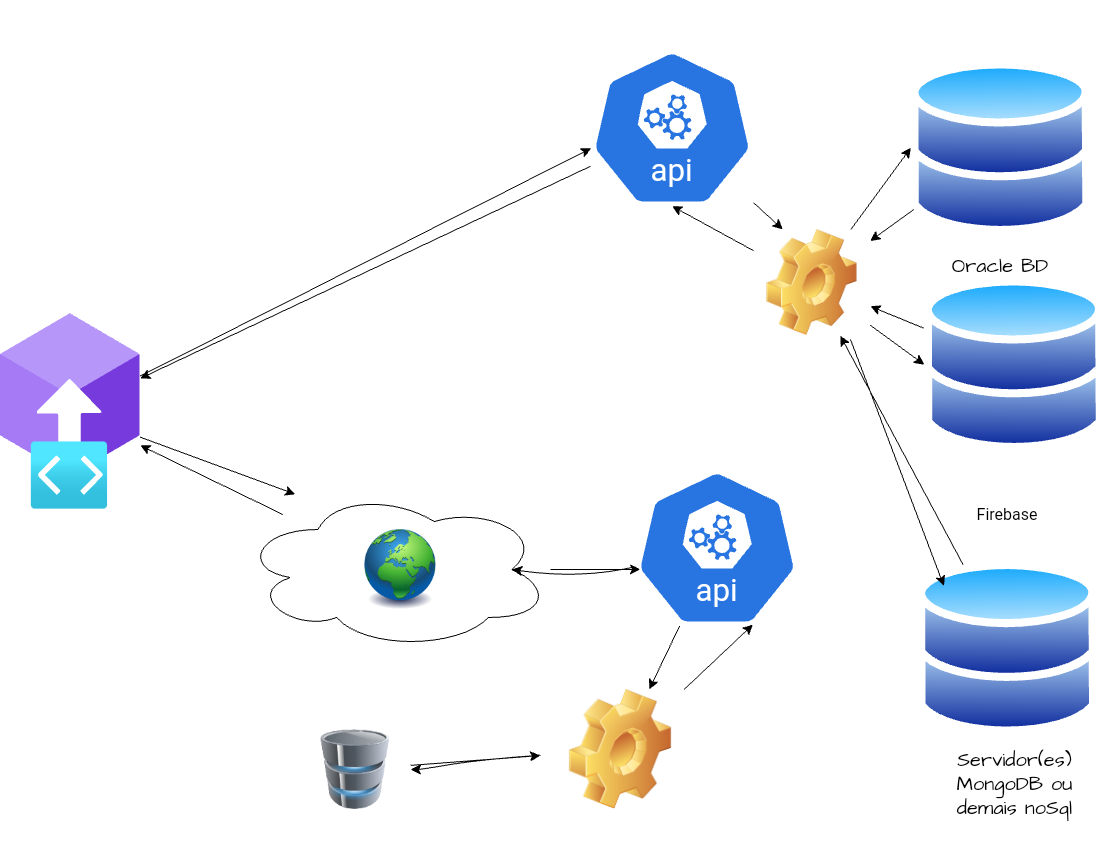
This is FrontEndConsumo.drawio.png from cedriccp/MAGNO, a draw.io export, as it was before one commit. Source tidied: cells renumbered, new cells last; positions are measured from the earlier drawing's top-left corner, leaving out a move shared by most shapes.
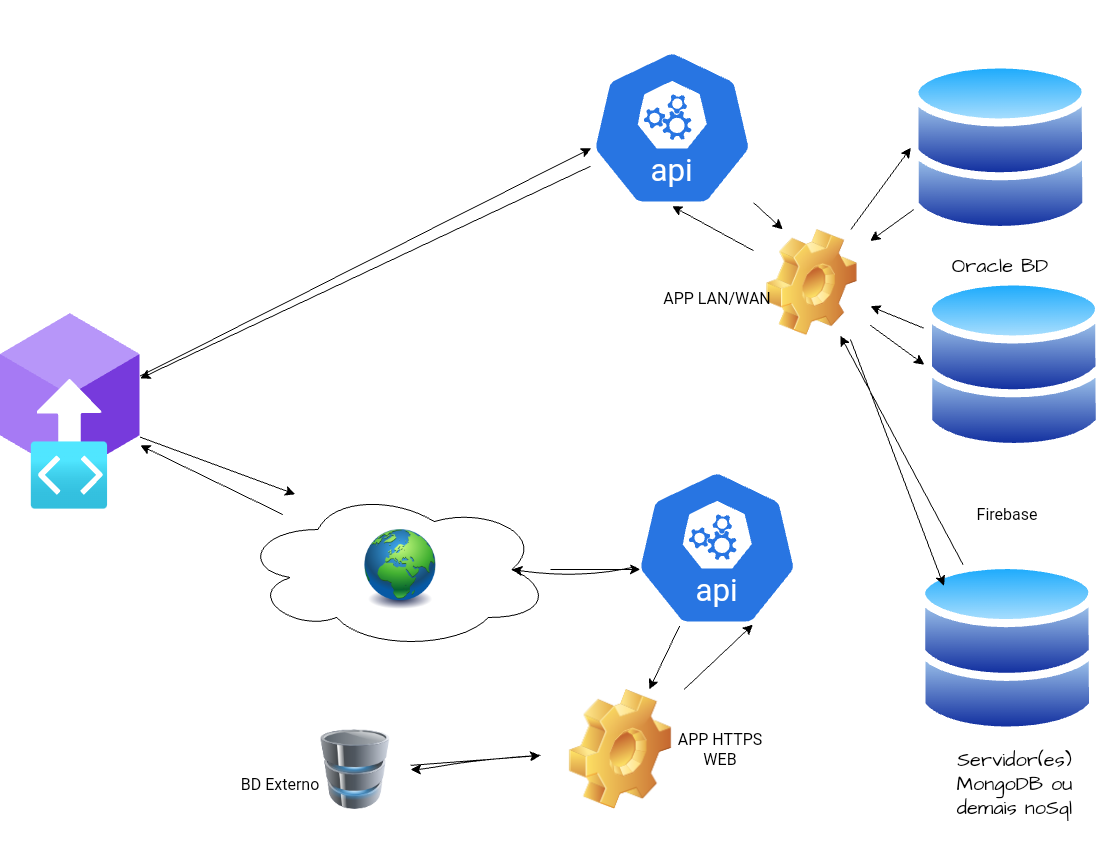
After the commit.

The edit, as a diff of the source:
```diff
@@ -117,5 +117,14 @@
     <mxCell id="34" style="edgeStyle=none;curved=1;rounded=0;jettySize=auto;html=1;entryX=0.72;entryY=0.99;entryDx=0;entryDy=0;entryPerimeter=0;fontSize=12;startSize=8;endSize=8;" parent="1" edge="1" source="23" target="10">
       <mxGeometry relative="1" as="geometry" />
     </mxCell>
+    <mxCell id="35" value="APP LAN/WAN" style="text;strokeColor=none;fillColor=none;html=1;align=center;verticalAlign=middle;whiteSpace=wrap;rounded=0;fontSize=16;" parent="1" vertex="1">
+      <mxGeometry x="486.6" y="273.8" width="460" height="30" as="geometry" />
+    </mxCell>
+    <mxCell id="36" value="BD Externo" style="text;strokeColor=none;fillColor=none;html=1;align=center;verticalAlign=middle;whiteSpace=wrap;rounded=0;fontSize=16;" parent="1" vertex="1">
+      <mxGeometry x="25" y="745" width="510" height="60" as="geometry" />
+    </mxCell>
+    <mxCell id="37" value="APP HTTPS WEB" style="text;strokeColor=none;fillColor=none;html=1;align=center;verticalAlign=middle;whiteSpace=wrap;rounded=0;fontSize=16;" parent="1" vertex="1">
+      <mxGeometry x="660" y="710" width="120" height="60" as="geometry" />
+    </mxCell>
   </root>
 </mxGraphModel>
```
